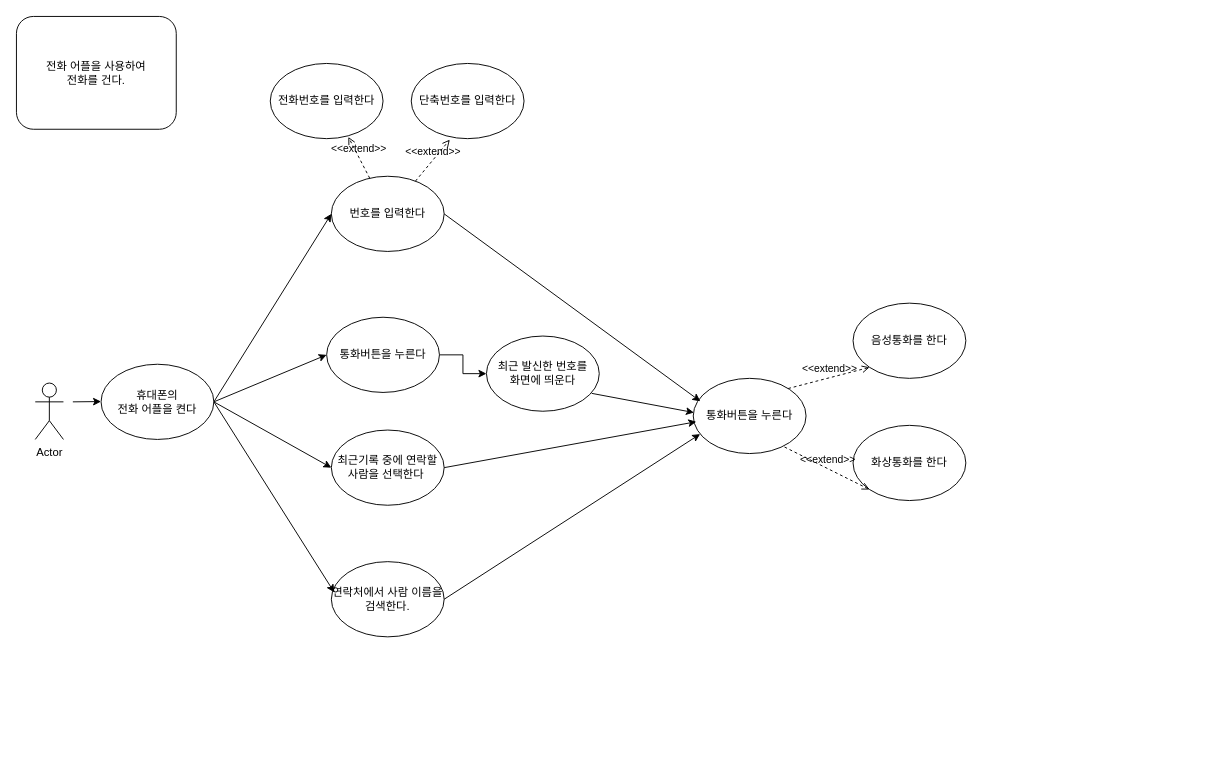
Above: 0816 애플리케이션 유스케이스.drawio in doit0/usecase-diagram (draw.io), before the change. Source tidied: cells renumbered, new cells numbered last; positions are measured from the earlier drawing's top-left corner, leaving out a move shared by most shapes. Both pictures are drawn from the tidied source at 94%, with x=0, y=0 at pixel (16, 16).
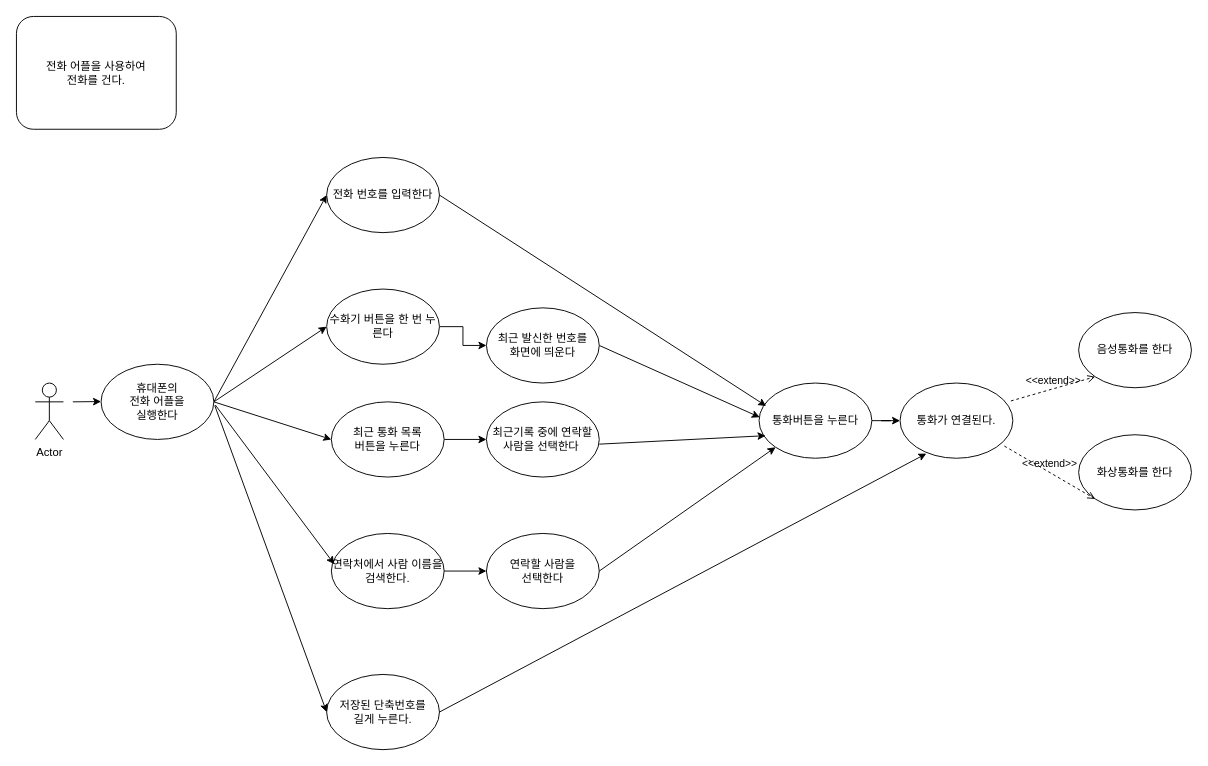
After the change.

Commit message:
0816 애플리케이션 유스케이스.drawio 업데이트

Change to the diagram source:
```diff
@@
-    <mxCell id="3" value="번호를 입력한다" style="ellipse;whiteSpace=wrap;html=1;" parent="1" vertex="1">
-      <mxGeometry x="335" y="170" width="120" height="80" as="geometry" />
+    <mxCell id="3" value="전화 번호를 입력한다" style="ellipse;whiteSpace=wrap;html=1;" parent="1" vertex="1">
+      <mxGeometry x="330" y="150" width="120" height="80" as="geometry" />
     </mxCell>
@@
-    <mxCell id="5" value="통화버튼을 누른다" style="ellipse;whiteSpace=wrap;html=1;" parent="1" vertex="1">
-      <mxGeometry x="330" y="320" width="120" height="80" as="geometry" />
+    <mxCell id="5" value="수화기 버튼을 한 번 누른다" style="ellipse;whiteSpace=wrap;html=1;" parent="1" vertex="1">
+      <mxGeometry x="330" y="290" width="120" height="80" as="geometry" />
     </mxCell>
+    <mxCell id="29" style="edgeStyle=orthogonalEdgeStyle;rounded=0;jettySize=auto;html=1;" parent="1" edge="1" source="6" target="32">
+      <mxGeometry relative="1" as="geometry" />
+    </mxCell>
-    <mxCell id="6" value="최근기록 중에 연락할 사람을 선택한다&amp;nbsp;" style="ellipse;whiteSpace=wrap;html=1;" parent="1" vertex="1">
-      <mxGeometry x="335" y="440" width="120" height="80" as="geometry" />
+    <mxCell id="6" value="최근 통화 목록&lt;br&gt;버튼을 누른다" style="ellipse;whiteSpace=wrap;html=1;" parent="1" vertex="1">
+      <mxGeometry x="335" y="410" width="120" height="80" as="geometry" />
     </mxCell>
-    <mxCell id="7" style="endArrow=classic;html=1;rounded=0;entryX=0;entryY=0.5;entryDx=0;entryDy=0;" parent="1" edge="1" target="3">
-      <mxGeometry relative="1" as="geometry">
-        <mxPoint x="210" y="410" as="sourcePoint" />
-      </mxGeometry>
+    <mxCell id="7" style="endArrow=classic;html=1;rounded=0;entryX=0;entryY=0.5;entryDx=0;entryDy=0;exitX=1;exitY=0.5;exitDx=0;exitDy=0;" parent="1" edge="1" source="11" target="3">
+      <mxGeometry relative="1" as="geometry" />
     </mxCell>
@@
-    <mxCell id="11" value="휴대폰의 &lt;br&gt;전화 어플을 켠다" style="ellipse;whiteSpace=wrap;html=1;" parent="1" vertex="1">
+    <mxCell id="11" value="휴대폰의 &lt;br&gt;전화 어플을 &lt;br&gt;실행한다" style="ellipse;whiteSpace=wrap;html=1;" parent="1" vertex="1">
       <mxGeometry x="90" y="370" width="120" height="80" as="geometry" />
     </mxCell>
@@
-    <mxCell id="13" value="전화번호를 입력한다" style="ellipse;whiteSpace=wrap;html=1;" parent="1" vertex="1">
-      <mxGeometry x="270" y="50" width="120" height="80" as="geometry" />
-    </mxCell>
-    <mxCell id="14" value="단축번호를 입력한다" style="ellipse;whiteSpace=wrap;html=1;" parent="1" vertex="1">
-      <mxGeometry x="420" y="50" width="120" height="80" as="geometry" />
+    <mxCell id="14" value="저장된 단축번호를 &lt;br&gt;길게 누른다." style="ellipse;whiteSpace=wrap;html=1;" parent="1" vertex="1">
+      <mxGeometry x="330" y="700" width="120" height="80" as="geometry" />
     </mxCell>
+    <mxCell id="30" style="edgeStyle=orthogonalEdgeStyle;rounded=0;jettySize=auto;html=1;" parent="1" edge="1" source="15" target="37">
+      <mxGeometry relative="1" as="geometry" />
+    </mxCell>
     <mxCell id="15" value="연락처에서 사람 이름을 검색한다." style="ellipse;whiteSpace=wrap;html=1;" parent="1" vertex="1">
-      <mxGeometry x="335" y="580" width="120" height="80" as="geometry" />
+      <mxGeometry x="335" y="550" width="120" height="80" as="geometry" />
     </mxCell>
-    <mxCell id="16" style="endArrow=classic;html=1;rounded=0;exitX=1;exitY=0.5;exitDx=0;exitDy=0;entryX=0.026;entryY=0.409;entryDx=0;entryDy=0;entryPerimeter=0;" parent="1" edge="1" source="11" target="15">
+    <mxCell id="16" style="endArrow=classic;html=1;rounded=0;exitX=1.013;exitY=0.542;exitDx=0;exitDy=0;entryX=0.026;entryY=0.409;entryDx=0;entryDy=0;entryPerimeter=0;exitPerimeter=0;" parent="1" edge="1" source="11" target="15">
       <mxGeometry relative="1" as="geometry" />
     </mxCell>
+    <mxCell id="31" style="edgeStyle=orthogonalEdgeStyle;rounded=0;jettySize=auto;html=1;" parent="1" edge="1" source="17" target="35">
+      <mxGeometry relative="1" as="geometry" />
+    </mxCell>
     <mxCell id="17" value="통화버튼을 누른다" style="ellipse;whiteSpace=wrap;html=1;" parent="1" vertex="1">
-      <mxGeometry x="720" y="385" width="120" height="80" as="geometry" />
+      <mxGeometry x="790" y="390" width="120" height="80" as="geometry" />
     </mxCell>
-    <mxCell id="18" style="endArrow=classic;html=1;rounded=0;entryX=0.063;entryY=0.305;entryDx=0;entryDy=0;entryPerimeter=0;" parent="1" edge="1" target="17">
-      <mxGeometry relative="1" as="geometry">
-        <mxPoint x="455" y="210" as="sourcePoint" />
-      </mxGeometry>
+    <mxCell id="18" style="endArrow=classic;html=1;rounded=0;entryX=0.063;entryY=0.305;entryDx=0;entryDy=0;entryPerimeter=0;exitX=1;exitY=0.5;exitDx=0;exitDy=0;" parent="1" edge="1" source="3" target="17">
+      <mxGeometry relative="1" as="geometry" />
     </mxCell>
-    <mxCell id="19" style="endArrow=classic;html=1;rounded=0;entryX=0.006;entryY=0.455;entryDx=0;entryDy=0;entryPerimeter=0;exitX=0.933;exitY=0.762;exitDx=0;exitDy=0;exitPerimeter=0;" parent="1" edge="1" source="28" target="17">
+    <mxCell id="19" style="endArrow=classic;html=1;rounded=0;entryX=0.006;entryY=0.455;entryDx=0;entryDy=0;entryPerimeter=0;exitX=1;exitY=0.5;exitDx=0;exitDy=0;" parent="1" edge="1" source="28" target="17">
       <mxGeometry relative="1" as="geometry" />
     </mxCell>
-    <mxCell id="20" style="endArrow=classic;html=1;rounded=0;exitX=1;exitY=0.5;exitDx=0;exitDy=0;entryX=0.027;entryY=0.577;entryDx=0;entryDy=0;entryPerimeter=0;" parent="1" edge="1" source="6" target="17">
-      <mxGeometry relative="1" as="geometry" />
-    </mxCell>
-    <mxCell id="21" style="endArrow=classic;html=1;rounded=0;exitX=1;exitY=0.5;exitDx=0;exitDy=0;entryX=0.061;entryY=0.741;entryDx=0;entryDy=0;entryPerimeter=0;" parent="1" edge="1" source="15" target="17">
-      <mxGeometry relative="1" as="geometry" />
-    </mxCell>
     <mxCell id="22" value="음성통화를 한다" style="ellipse;whiteSpace=wrap;html=1;" parent="1" vertex="1">
-      <mxGeometry x="890" y="305" width="120" height="80" as="geometry" />
+      <mxGeometry x="1130" y="315" width="120" height="80" as="geometry" />
     </mxCell>
     <mxCell id="23" value="화상통화를 한다" style="ellipse;whiteSpace=wrap;html=1;" parent="1" vertex="1">
-      <mxGeometry x="890" y="435" width="120" height="80" as="geometry" />
+      <mxGeometry x="1130" y="445" width="120" height="80" as="geometry" />
     </mxCell>
-    <mxCell id="24" value="&amp;lt;&amp;lt;extend&amp;gt;&amp;gt;" style="html=1;verticalAlign=bottom;labelBackgroundColor=none;endArrow=open;endFill=0;dashed=1;rounded=0;entryX=0.342;entryY=1.013;entryDx=0;entryDy=0;entryPerimeter=0;" parent="1" edge="1" source="3" target="14">
-      <mxGeometry relative="1" as="geometry" />
-    </mxCell>
-    <mxCell id="25" value="&amp;lt;&amp;lt;extend&amp;gt;&amp;gt;" style="html=1;verticalAlign=bottom;labelBackgroundColor=none;endArrow=open;endFill=0;dashed=1;rounded=0;entryX=0.692;entryY=0.977;entryDx=0;entryDy=0;entryPerimeter=0;" parent="1" edge="1" source="3" target="13">
-      <mxGeometry relative="1" as="geometry" />
-    </mxCell>
-    <mxCell id="26" value="&amp;lt;&amp;lt;extend&amp;gt;&amp;gt;" style="html=1;verticalAlign=bottom;labelBackgroundColor=none;endArrow=open;endFill=0;dashed=1;rounded=0;entryX=0;entryY=1;entryDx=0;entryDy=0;exitX=0.842;exitY=0.135;exitDx=0;exitDy=0;exitPerimeter=0;" parent="1" edge="1" source="17" target="22">
+    <mxCell id="26" value="&amp;lt;&amp;lt;extend&amp;gt;&amp;gt;" style="html=1;verticalAlign=bottom;labelBackgroundColor=none;endArrow=open;endFill=0;dashed=1;rounded=0;entryX=0;entryY=1;entryDx=0;entryDy=0;exitX=0.983;exitY=0.238;exitDx=0;exitDy=0;exitPerimeter=0;" parent="1" edge="1" source="35" target="22">
       <mxGeometry relative="1" as="geometry" />
     </mxCell>
-    <mxCell id="27" value="&amp;lt;&amp;lt;extend&amp;gt;&amp;gt;" style="html=1;verticalAlign=bottom;labelBackgroundColor=none;endArrow=open;endFill=0;dashed=1;rounded=0;exitX=0.809;exitY=0.913;exitDx=0;exitDy=0;exitPerimeter=0;entryX=0;entryY=1;entryDx=0;entryDy=0;" parent="1" edge="1" source="17" target="23">
+    <mxCell id="27" value="&amp;lt;&amp;lt;extend&amp;gt;&amp;gt;" style="html=1;verticalAlign=bottom;labelBackgroundColor=none;endArrow=open;endFill=0;dashed=1;rounded=0;entryX=0;entryY=1;entryDx=0;entryDy=0;exitX=0.925;exitY=0.838;exitDx=0;exitDy=0;exitPerimeter=0;" parent="1" edge="1" source="35" target="23">
       <mxGeometry relative="1" as="geometry" />
     </mxCell>
     <mxCell id="28" value="최근 발신한 번호를 &lt;br&gt;화면에 띄운다" style="ellipse;whiteSpace=wrap;html=1;" parent="1" vertex="1">
-      <mxGeometry x="500" y="340" width="120" height="80" as="geometry" />
+      <mxGeometry x="500" y="310" width="120" height="80" as="geometry" />
     </mxCell>
+    <mxCell id="32" value="최근기록 중에 연락할 사람을 선택한다&amp;nbsp;" style="ellipse;whiteSpace=wrap;html=1;" parent="1" vertex="1">
+      <mxGeometry x="500" y="410" width="120" height="80" as="geometry" />
+    </mxCell>
+    <mxCell id="33" style="endArrow=classic;html=1;rounded=0;exitX=1.008;exitY=0.549;exitDx=0;exitDy=0;entryX=0;entryY=0.5;entryDx=0;entryDy=0;exitPerimeter=0;" parent="1" edge="1" source="11" target="14">
+      <mxGeometry relative="1" as="geometry" />
+    </mxCell>
+    <mxCell id="34" style="endArrow=classic;html=1;rounded=0;entryX=0.058;entryY=0.7;entryDx=0;entryDy=0;entryPerimeter=0;" parent="1" edge="1" target="17">
+      <mxGeometry relative="1" as="geometry">
+        <mxPoint x="620" y="455" as="sourcePoint" />
+      </mxGeometry>
+    </mxCell>
+    <mxCell id="35" value="통화가 연결된다." style="ellipse;whiteSpace=wrap;html=1;" parent="1" vertex="1">
+      <mxGeometry x="940" y="390" width="120" height="80" as="geometry" />
+    </mxCell>
+    <mxCell id="36" style="endArrow=classic;html=1;rounded=0;exitX=1;exitY=0.5;exitDx=0;exitDy=0;entryX=0.233;entryY=0.938;entryDx=0;entryDy=0;entryPerimeter=0;" parent="1" edge="1" target="35">
+      <mxGeometry relative="1" as="geometry">
+        <mxPoint x="450" y="740" as="sourcePoint" />
+      </mxGeometry>
+    </mxCell>
+    <mxCell id="37" value="연락할 사람을 &lt;br&gt;선택한다" style="ellipse;whiteSpace=wrap;html=1;" parent="1" vertex="1">
+      <mxGeometry x="500" y="550" width="120" height="80" as="geometry" />
+    </mxCell>
+    <mxCell id="38" style="endArrow=classic;html=1;rounded=0;exitX=1;exitY=0.5;exitDx=0;exitDy=0;entryX=0;entryY=1;entryDx=0;entryDy=0;" parent="1" edge="1" source="37" target="17">
+      <mxGeometry relative="1" as="geometry" />
+    </mxCell>
```
